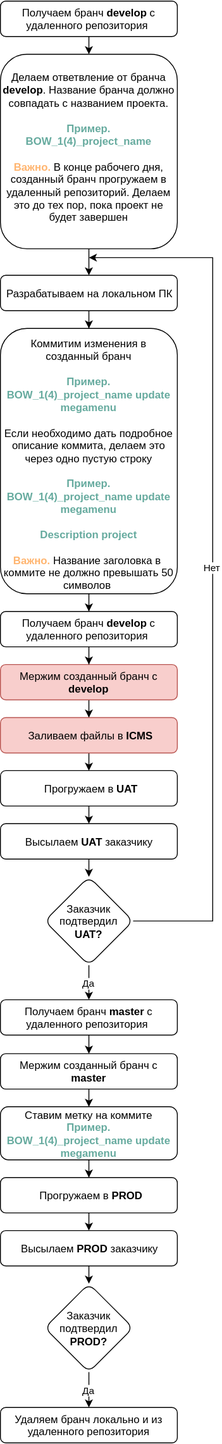
Above: GIT roadmap.svg in biryukovkolya/upload-files (draw.io), before the change. Source tidied: cells renumbered, new cells last; positions are measured from the earlier drawing's top-left corner, leaving out a move shared by most shapes.
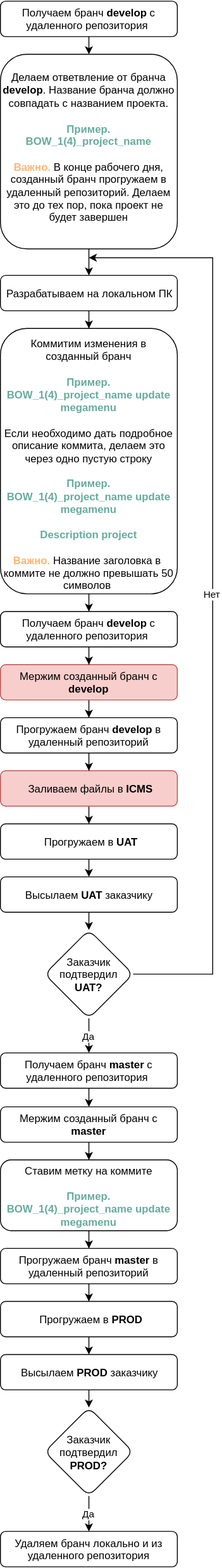
After the commit.

Change to the diagram source:
```diff
@@ -20,9 +20,9 @@
     <mxCell id="7" value="Коммитим изменения в созданный бранч&lt;br&gt;&lt;b style=&quot;color: rgb(103 , 171 , 159)&quot;&gt;&lt;br&gt;Пример. BOW_1(4)_project_name update megamenu&lt;/b&gt;&lt;br&gt;&lt;br&gt;Если необходимо дать подробное описание&amp;nbsp;коммита, делаем это через одно пустую строку&lt;br&gt;&lt;font color=&quot;#67ab9f&quot;&gt;&lt;b&gt;&lt;br&gt;Пример. BOW_1(4)_project_name&amp;nbsp;update megamenu&lt;br&gt;&lt;br&gt;Description project&lt;br&gt;&lt;/b&gt;&lt;/font&gt;&lt;font color=&quot;#ffb570&quot;&gt;&lt;b&gt;&lt;br&gt;Важно.&lt;/b&gt;&lt;/font&gt; Название заголовка в&amp;nbsp; коммите не должно превышать 50 символов&amp;nbsp;&lt;br&gt;" style="rounded=1;whiteSpace=wrap;html=1;spacing=3;" parent="1" vertex="1">
       <mxGeometry y="370" width="200" height="300" as="geometry" />
     </mxCell>
-    <mxCell id="8" style="edgeStyle=orthogonalEdgeStyle;rounded=0;html=1;exitX=0.5;exitY=1;jettySize=auto;" parent="1" edge="1" source="9" target="18">
-      <mxGeometry relative="1" as="geometry" />
-    </mxCell>
+    <mxCell id="36" style="edgeStyle=orthogonalEdgeStyle;rounded=0;html=1;exitX=0.5;exitY=1;jettySize=auto;" parent="1" edge="1" source="9" target="39">
+      <mxGeometry relative="1" as="geometry" />
+    </mxCell>
     <mxCell id="9" value="Мержим созданный бранч с &lt;b&gt;develop&lt;/b&gt;" style="rounded=1;whiteSpace=wrap;html=1;spacing=3;fillColor=#f8cecc;strokeColor=#b85450;" parent="1" vertex="1">
       <mxGeometry y="750" width="200" height="40" as="geometry" />
     </mxCell>
@@ -45,70 +45,82 @@
       <mxGeometry relative="1" as="geometry">
         <mxPoint x="100" y="290" as="targetPoint" />
         <Array as="points">
-          <mxPoint x="240" y="1040" />
+          <mxPoint x="240" y="1100" />
           <mxPoint x="240" y="290" />
         </Array>
       </mxGeometry>
     </mxCell>
     <mxCell id="16" value="Заказчик подтвердил &lt;b&gt;UAT?&lt;/b&gt;" style="rhombus;whiteSpace=wrap;html=1;rounded=1;spacing=3;" parent="1" vertex="1">
-      <mxGeometry x="50" y="990" width="100" height="100" as="geometry" />
+      <mxGeometry x="50" y="1050" width="100" height="100" as="geometry" />
     </mxCell>
     <mxCell id="17" style="edgeStyle=orthogonalEdgeStyle;rounded=0;html=1;exitX=0.5;exitY=1;entryX=0.5;entryY=0;jettySize=auto;" parent="1" edge="1" source="18" target="20">
       <mxGeometry relative="1" as="geometry" />
     </mxCell>
     <mxCell id="18" value="&amp;nbsp;Заливаем файлы в &lt;b&gt;ICMS&lt;/b&gt;" style="rounded=1;whiteSpace=wrap;html=1;spacing=3;fillColor=#f8cecc;strokeColor=#b85450;" parent="1" vertex="1">
-      <mxGeometry y="810" width="200" height="40" as="geometry" />
+      <mxGeometry y="870" width="200" height="40" as="geometry" />
     </mxCell>
     <mxCell id="19" style="edgeStyle=orthogonalEdgeStyle;rounded=0;html=1;exitX=0.5;exitY=1;entryX=0.5;entryY=0;jettySize=auto;" parent="1" edge="1" source="20" target="22">
       <mxGeometry relative="1" as="geometry" />
     </mxCell>
     <mxCell id="20" value="&amp;nbsp;Прогружаем в &lt;b&gt;UAT&lt;/b&gt;" style="rounded=1;whiteSpace=wrap;html=1;spacing=3;" parent="1" vertex="1">
-      <mxGeometry y="870" width="200" height="40" as="geometry" />
+      <mxGeometry y="930" width="200" height="40" as="geometry" />
     </mxCell>
     <mxCell id="21" style="edgeStyle=orthogonalEdgeStyle;rounded=0;html=1;exitX=0.5;exitY=1;entryX=0.5;entryY=0;jettySize=auto;" parent="1" edge="1" source="22" target="16">
       <mxGeometry relative="1" as="geometry" />
     </mxCell>
     <mxCell id="22" value="Высылаем &lt;b&gt;UAT&lt;/b&gt; заказчику" style="rounded=1;whiteSpace=wrap;html=1;spacing=3;" parent="1" vertex="1">
-      <mxGeometry y="930" width="200" height="40" as="geometry" />
+      <mxGeometry y="990" width="200" height="40" as="geometry" />
     </mxCell>
     <mxCell id="23" style="edgeStyle=orthogonalEdgeStyle;rounded=0;html=1;exitX=0.5;exitY=1;entryX=0.5;entryY=0;jettySize=auto;" parent="1" edge="1" source="24" target="26">
       <mxGeometry relative="1" as="geometry" />
     </mxCell>
     <mxCell id="24" value="Получаем бранч&amp;nbsp;&lt;b&gt;master&lt;/b&gt; c удаленного репозитория&amp;nbsp;&lt;b&gt;&lt;font color=&quot;#67ab9f&quot;&gt;&lt;br&gt;&lt;/font&gt;&lt;/b&gt;" style="rounded=1;whiteSpace=wrap;html=1;spacingRight=0;spacingLeft=0;spacing=3;" parent="1" vertex="1">
-      <mxGeometry y="1129" width="200" height="40" as="geometry" />
+      <mxGeometry y="1189" width="200" height="40" as="geometry" />
     </mxCell>
     <mxCell id="25" style="edgeStyle=orthogonalEdgeStyle;rounded=0;html=1;exitX=0.5;exitY=1;jettySize=auto;" parent="1" edge="1" source="26" target="35">
       <mxGeometry relative="1" as="geometry" />
     </mxCell>
     <mxCell id="26" value="Мержим созданный бранч с &lt;b&gt;master&lt;/b&gt;" style="rounded=1;whiteSpace=wrap;html=1;spacing=3;" parent="1" vertex="1">
-      <mxGeometry y="1190" width="200" height="40" as="geometry" />
+      <mxGeometry y="1250" width="200" height="40" as="geometry" />
     </mxCell>
     <mxCell id="27" style="edgeStyle=orthogonalEdgeStyle;rounded=0;html=1;exitX=0.5;exitY=1;entryX=0.5;entryY=0;jettySize=auto;" parent="1" edge="1" source="28" target="30">
       <mxGeometry relative="1" as="geometry" />
     </mxCell>
     <mxCell id="28" value="&amp;nbsp;Прогружаем в &lt;b&gt;PROD&lt;/b&gt;" style="rounded=1;whiteSpace=wrap;html=1;spacing=3;" parent="1" vertex="1">
-      <mxGeometry y="1330" width="200" height="40" as="geometry" />
+      <mxGeometry y="1470" width="200" height="40" as="geometry" />
     </mxCell>
     <mxCell id="29" style="edgeStyle=orthogonalEdgeStyle;rounded=0;html=1;exitX=0.5;exitY=1;entryX=0.5;entryY=0;jettySize=auto;" parent="1" edge="1" source="30" target="32">
       <mxGeometry relative="1" as="geometry" />
     </mxCell>
     <mxCell id="30" value="Высылаем &lt;b&gt;PROD&lt;/b&gt; заказчику" style="rounded=1;whiteSpace=wrap;html=1;spacing=3;" parent="1" vertex="1">
-      <mxGeometry y="1390" width="200" height="40" as="geometry" />
+      <mxGeometry y="1530" width="200" height="40" as="geometry" />
     </mxCell>
     <mxCell id="31" value="Да" style="edgeStyle=orthogonalEdgeStyle;rounded=0;html=1;exitX=0.5;exitY=1;jettySize=auto;" parent="1" edge="1" source="32" target="33">
       <mxGeometry relative="1" as="geometry" />
     </mxCell>
     <mxCell id="32" value="Заказчик подтвердил &lt;b&gt;PROD?&lt;/b&gt;" style="rhombus;whiteSpace=wrap;html=1;rounded=1;spacing=3;" parent="1" vertex="1">
-      <mxGeometry x="50" y="1450" width="100" height="100" as="geometry" />
+      <mxGeometry x="50" y="1590" width="100" height="100" as="geometry" />
     </mxCell>
     <mxCell id="33" value="Удаляем бранч локально и из удаленного репозитория&lt;br&gt;" style="rounded=1;whiteSpace=wrap;html=1;spacing=3;" parent="1" vertex="1">
-      <mxGeometry y="1590" width="200" height="40" as="geometry" />
+      <mxGeometry y="1730" width="200" height="40" as="geometry" />
     </mxCell>
-    <mxCell id="34" style="edgeStyle=orthogonalEdgeStyle;rounded=0;html=1;exitX=0.5;exitY=1;jettySize=auto;" parent="1" edge="1" source="35" target="28">
-      <mxGeometry relative="1" as="geometry" />
-    </mxCell>
+    <mxCell id="37" style="edgeStyle=orthogonalEdgeStyle;rounded=0;html=1;exitX=0.5;exitY=1;jettySize=auto;" parent="1" edge="1" source="35" target="41">
+      <mxGeometry relative="1" as="geometry" />
+    </mxCell>
-    <mxCell id="35" value="Ставим метку на коммите&lt;br&gt;&lt;b&gt;&lt;font color=&quot;#67ab9f&quot;&gt;Пример. BOW_1(4)_project_name update megamenu&lt;/font&gt;&lt;/b&gt;&lt;br&gt;" style="rounded=1;whiteSpace=wrap;html=1;spacing=3;" parent="1" vertex="1">
-      <mxGeometry y="1250" width="200" height="60" as="geometry" />
+    <mxCell id="35" value="Ставим метку на коммите&lt;br&gt;&lt;b&gt;&lt;font color=&quot;#67ab9f&quot;&gt;&lt;br&gt;Пример. BOW_1(4)_project_name update megamenu&lt;/font&gt;&lt;/b&gt;&lt;br&gt;" style="rounded=1;whiteSpace=wrap;html=1;spacing=3;" parent="1" vertex="1">
+      <mxGeometry y="1310" width="200" height="80" as="geometry" />
     </mxCell>
+    <mxCell id="38" style="edgeStyle=orthogonalEdgeStyle;rounded=0;html=1;exitX=0.5;exitY=1;jettySize=auto;" parent="1" edge="1" source="39" target="18">
+      <mxGeometry relative="1" as="geometry" />
+    </mxCell>
+    <mxCell id="39" value="Прогружаем бранч&amp;nbsp;&lt;b&gt;develop&lt;/b&gt;&amp;nbsp;в удаленный репозиторий&lt;b&gt;&lt;font color=&quot;#67ab9f&quot;&gt;&lt;br&gt;&lt;/font&gt;&lt;/b&gt;" style="rounded=1;whiteSpace=wrap;html=1;spacingRight=0;spacingLeft=0;spacing=3;" parent="1" vertex="1">
+      <mxGeometry y="810" width="200" height="40" as="geometry" />
+    </mxCell>
+    <mxCell id="40" style="edgeStyle=orthogonalEdgeStyle;rounded=0;html=1;exitX=0.5;exitY=1;jettySize=auto;" parent="1" edge="1" source="41" target="28">
+      <mxGeometry relative="1" as="geometry" />
+    </mxCell>
+    <mxCell id="41" value="Прогружаем бранч &lt;b&gt;master&lt;/b&gt;&amp;nbsp;в удаленный репозиторий&lt;br&gt;" style="rounded=1;whiteSpace=wrap;html=1;spacing=3;" parent="1" vertex="1">
+      <mxGeometry y="1410" width="200" height="40" as="geometry" />
+    </mxCell>
   </root>
 </mxGraphModel>
```
